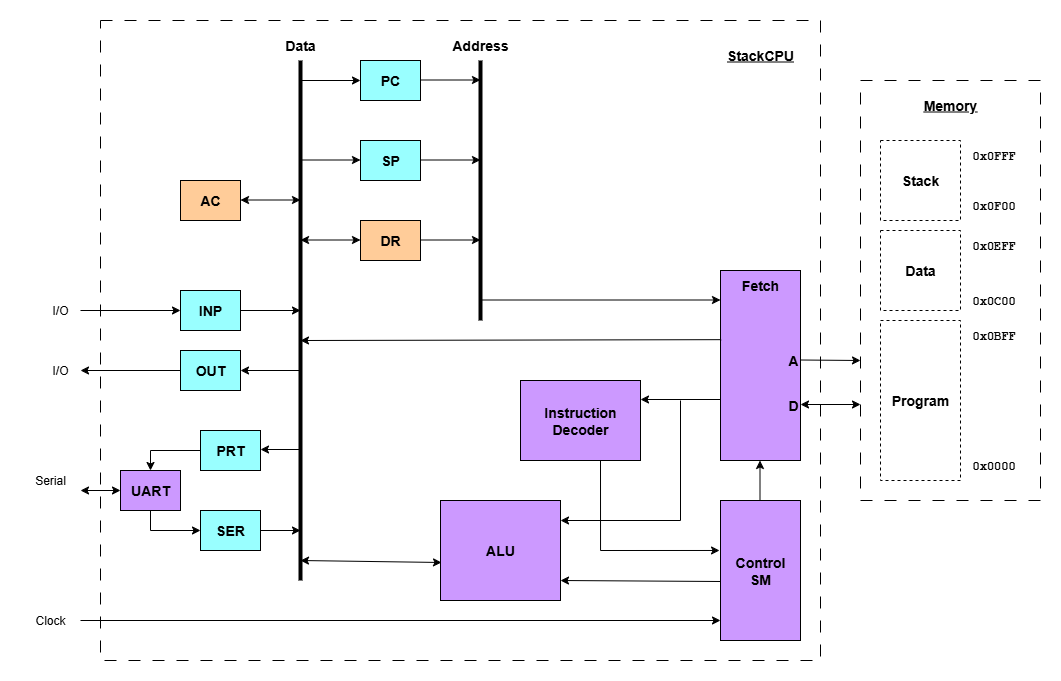
dervish77/StackCPU keeps this draw.io diagram as docs/StackCPU-Architecture.png. Above is the earlier version. Source tidied: cells renumbered, new cells last; positions are measured from the earlier drawing's top-left corner, leaving out a move shared by most shapes.
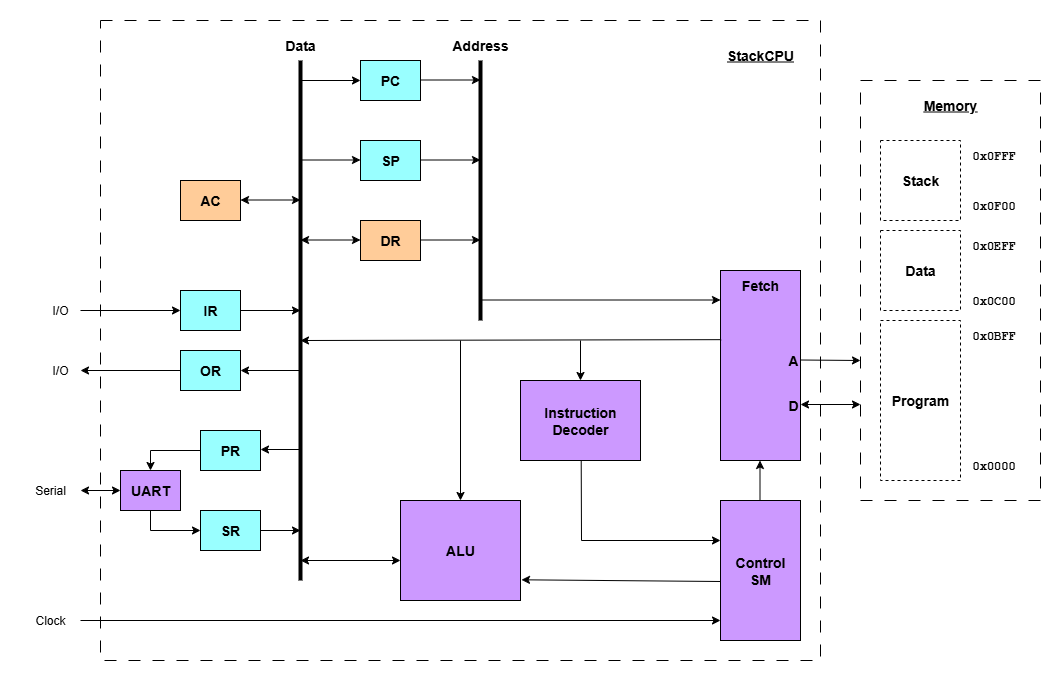
The same file after the commit.

Commit message:
renamed I/O and serial registers

The edit, as a diff of the source:
```diff
@@ -47,17 +47,17 @@
     <mxCell id="16" value="&lt;font style=&quot;font-size: 14px;&quot;&gt;&lt;b&gt;AC&lt;/b&gt;&lt;/font&gt;" style="rounded=0;whiteSpace=wrap;html=1;fillColor=#FFCC99;" parent="1" vertex="1">
       <mxGeometry x="160" y="160" width="60" height="40" as="geometry" />
     </mxCell>
-    <mxCell id="17" value="&lt;font style=&quot;font-size: 14px;&quot;&gt;&lt;b&gt;INP&lt;/b&gt;&lt;/font&gt;" style="rounded=0;whiteSpace=wrap;html=1;fillColor=#99FFFF;" parent="1" vertex="1">
+    <mxCell id="17" value="&lt;font style=&quot;font-size: 14px;&quot;&gt;&lt;b&gt;IR&lt;/b&gt;&lt;/font&gt;" style="rounded=0;whiteSpace=wrap;html=1;fillColor=#99FFFF;" parent="1" vertex="1">
       <mxGeometry x="160" y="270" width="60" height="40" as="geometry" />
     </mxCell>
-    <mxCell id="18" value="&lt;font style=&quot;font-size: 14px;&quot;&gt;&lt;b&gt;OUT&lt;/b&gt;&lt;/font&gt;" style="rounded=0;whiteSpace=wrap;html=1;fillColor=#99FFFF;" parent="1" vertex="1">
+    <mxCell id="18" value="&lt;font style=&quot;font-size: 14px;&quot;&gt;&lt;b&gt;OR&lt;/b&gt;&lt;/font&gt;" style="rounded=0;whiteSpace=wrap;html=1;fillColor=#99FFFF;" parent="1" vertex="1">
       <mxGeometry x="160" y="330" width="60" height="40" as="geometry" />
     </mxCell>
-    <mxCell id="19" value="&lt;font style=&quot;font-size: 14px;&quot;&gt;&lt;b&gt;PRT&lt;/b&gt;&lt;/font&gt;" style="rounded=0;whiteSpace=wrap;html=1;fillColor=#99FFFF;" parent="1" vertex="1">
+    <mxCell id="19" value="&lt;font style=&quot;font-size: 14px;&quot;&gt;&lt;b&gt;PR&lt;/b&gt;&lt;/font&gt;" style="rounded=0;whiteSpace=wrap;html=1;fillColor=#99FFFF;" parent="1" vertex="1">
       <mxGeometry x="180" y="410" width="60" height="40" as="geometry" />
     </mxCell>
     <mxCell id="20" value="&lt;font style=&quot;font-size: 14px;&quot;&gt;&lt;b&gt;ALU&lt;/b&gt;&lt;/font&gt;" style="rounded=0;whiteSpace=wrap;html=1;fillColor=#CC99FF;" parent="1" vertex="1">
-      <mxGeometry x="420" y="480" width="120" height="100" as="geometry" />
+      <mxGeometry x="380" y="480" width="120" height="100" as="geometry" />
     </mxCell>
     <mxCell id="21" value="&lt;font style=&quot;font-size: 14px;&quot;&gt;&lt;b&gt;Instruction&lt;/b&gt;&lt;/font&gt;&lt;div&gt;&lt;font style=&quot;font-size: 14px;&quot;&gt;&lt;b&gt;Decoder&lt;/b&gt;&lt;/font&gt;&lt;/div&gt;" style="rounded=0;whiteSpace=wrap;html=1;fillColor=#CC99FF;" parent="1" vertex="1">
       <mxGeometry x="500" y="360" width="120" height="80" as="geometry" />
@@ -169,16 +169,9 @@
         <mxPoint x="340" y="219.5" as="targetPoint" />
       </mxGeometry>
     </mxCell>
-    <mxCell id="43" style="endArrow=classic;html=1;rounded=0;" parent="1" edge="1">
-      <mxGeometry relative="1" as="geometry">
-        <mxPoint x="700" y="379" as="sourcePoint" />
-        <mxPoint x="620" y="379" as="targetPoint" />
-      </mxGeometry>
-    </mxCell>
-    <mxCell id="44" style="endArrow=classic;html=1;rounded=0;" parent="1" edge="1">
+    <mxCell id="44" style="endArrow=classic;html=1;rounded=0;entryX=1.008;entryY=0.793;entryDx=0;entryDy=0;entryPerimeter=0;" parent="1" edge="1" target="20">
       <mxGeometry relative="1" as="geometry">
         <mxPoint x="700" y="561" as="sourcePoint" />
-        <mxPoint x="540" y="560" as="targetPoint" />
       </mxGeometry>
     </mxCell>
     <mxCell id="45" style="endArrow=classic;html=1;rounded=0;" parent="1" edge="1">
@@ -190,21 +183,9 @@
     <mxCell id="46" style="endArrow=classic;startArrow=classic;html=1;rounded=0;" parent="1" edge="1">
       <mxGeometry relative="1" as="geometry">
         <mxPoint x="280" y="540" as="sourcePoint" />
-        <mxPoint x="421" y="542" as="targetPoint" />
+        <mxPoint x="380" y="540" as="targetPoint" />
       </mxGeometry>
     </mxCell>
-    <mxCell id="47" style="endArrow=none;html=1;rounded=0;" parent="1" edge="1">
-      <mxGeometry relative="1" as="geometry">
-        <mxPoint x="660" y="500" as="sourcePoint" />
-        <mxPoint x="660" y="380" as="targetPoint" />
-      </mxGeometry>
-    </mxCell>
-    <mxCell id="48" style="endArrow=classic;html=1;rounded=0;" parent="1" edge="1">
-      <mxGeometry relative="1" as="geometry">
-        <mxPoint x="660" y="500" as="sourcePoint" />
-        <mxPoint x="540" y="500" as="targetPoint" />
-      </mxGeometry>
-    </mxCell>
     <mxCell id="49" style="endArrow=classic;html=1;rounded=0;" parent="1" edge="1">
       <mxGeometry relative="1" as="geometry">
         <mxPoint x="160" y="350" as="sourcePoint" />
@@ -226,7 +207,7 @@
       <mxGeometry x="10" y="335" width="60" height="30" as="geometry" />
     </mxCell>
     <mxCell id="54" value="Serial" style="text;html=1;align=center;verticalAlign=middle;whiteSpace=wrap;rounded=0;" parent="1" vertex="1">
-      <mxGeometry y="445" width="60" height="30" as="geometry" />
+      <mxGeometry y="455" width="60" height="30" as="geometry" />
     </mxCell>
     <mxCell id="55" value="&lt;font&gt;&lt;b&gt;&lt;u&gt;StackCPU&lt;/u&gt;&lt;/b&gt;&lt;/font&gt;" style="text;html=1;align=center;verticalAlign=middle;whiteSpace=wrap;rounded=0;fontSize=14;" parent="1" vertex="1">
       <mxGeometry x="710" y="20" width="60" height="30" as="geometry" />
@@ -239,7 +220,7 @@
     <mxCell id="57" value="Clock" style="text;html=1;align=center;verticalAlign=middle;whiteSpace=wrap;rounded=0;" parent="1" vertex="1">
       <mxGeometry y="585" width="60" height="30" as="geometry" />
     </mxCell>
-    <mxCell id="58" value="&lt;font style=&quot;font-size: 14px;&quot;&gt;&lt;b&gt;SER&lt;/b&gt;&lt;/font&gt;" style="rounded=0;whiteSpace=wrap;html=1;fillColor=#99FFFF;" parent="1" vertex="1">
+    <mxCell id="58" value="&lt;font style=&quot;font-size: 14px;&quot;&gt;&lt;b&gt;SR&lt;/b&gt;&lt;/font&gt;" style="rounded=0;whiteSpace=wrap;html=1;fillColor=#99FFFF;" parent="1" vertex="1">
       <mxGeometry x="180" y="490" width="60" height="40" as="geometry" />
     </mxCell>
     <mxCell id="59" value="&lt;font style=&quot;font-size: 14px;&quot;&gt;&lt;b&gt;UART&lt;/b&gt;&lt;/font&gt;" style="rounded=0;whiteSpace=wrap;html=1;fillColor=#CC99FF;" parent="1" vertex="1">
@@ -277,15 +258,16 @@
         <mxPoint x="60" y="470" as="sourcePoint" />
       </mxGeometry>
     </mxCell>
-    <mxCell id="66" style="endArrow=classic;html=1;rounded=0;entryX=-0.012;entryY=0.357;entryDx=0;entryDy=0;entryPerimeter=0;" parent="1" edge="1" target="23">
+    <mxCell id="66" style="endArrow=classic;html=1;rounded=0;entryX=-0.012;entryY=0.357;entryDx=0;entryDy=0;entryPerimeter=0;" parent="1" edge="1">
       <mxGeometry relative="1" as="geometry">
-        <mxPoint x="580" y="530" as="sourcePoint" />
+        <mxPoint x="561" y="520" as="sourcePoint" />
+        <mxPoint x="700" y="520" as="targetPoint" />
       </mxGeometry>
     </mxCell>
     <mxCell id="67" style="endArrow=none;html=1;rounded=0;entryX=0.833;entryY=1;entryDx=0;entryDy=0;entryPerimeter=0;" parent="1" edge="1">
       <mxGeometry relative="1" as="geometry">
-        <mxPoint x="580" y="530" as="sourcePoint" />
-        <mxPoint x="580" y="440" as="targetPoint" />
+        <mxPoint x="561" y="520" as="sourcePoint" />
+        <mxPoint x="560.7" y="440" as="targetPoint" />
       </mxGeometry>
     </mxCell>
     <mxCell id="68" style="endArrow=classic;html=1;rounded=0;exitX=0.008;exitY=0.364;exitDx=0;exitDy=0;exitPerimeter=0;" parent="1" edge="1" source="22">
@@ -293,5 +275,15 @@
         <mxPoint x="280" y="320" as="targetPoint" />
       </mxGeometry>
     </mxCell>
+    <mxCell id="69" style="endArrow=classic;html=1;rounded=0;entryX=0.5;entryY=0;entryDx=0;entryDy=0;" parent="1" edge="1" target="21">
+      <mxGeometry relative="1" as="geometry">
+        <mxPoint x="560" y="320" as="sourcePoint" />
+      </mxGeometry>
+    </mxCell>
+    <mxCell id="70" style="endArrow=classic;html=1;rounded=0;entryX=0.5;entryY=0;entryDx=0;entryDy=0;" parent="1" edge="1" target="20">
+      <mxGeometry relative="1" as="geometry">
+        <mxPoint x="440" y="320" as="sourcePoint" />
+      </mxGeometry>
+    </mxCell>
   </root>
 </mxGraphModel>
```
